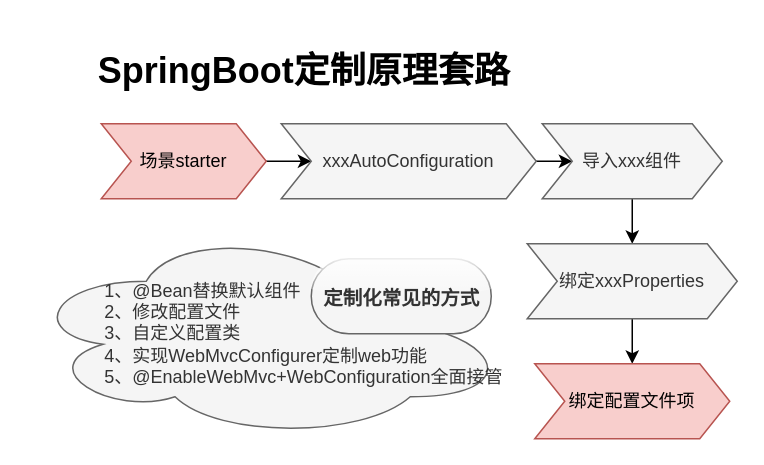
Above: springboot/spring-customization.drawio in 1065464173/draw-rep (draw.io), before the change. Source tidied: cells renumbered, new cells numbered last; positions are measured from the earlier drawing's top-left corner, leaving out a move shared by most shapes. Both pictures are drawn from the tidied source at 150%, with x=0, y=0 at pixel (26, 33).
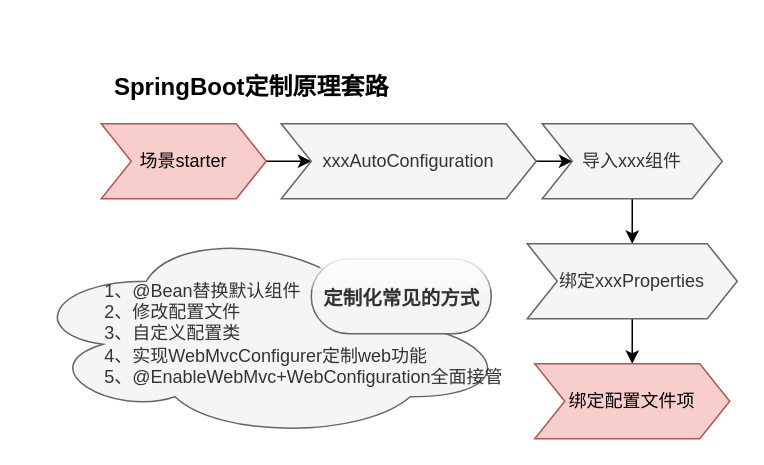
The same page after the edit.

Diff of the diagram source:
```diff
@@
 <mxGraphModel>
   <root>
     <mxCell id="0" />
     <mxCell id="1" parent="0" />
     <mxCell id="2" value="&lt;div style=&quot;text-align: justify&quot;&gt;&lt;span&gt;1、@Bean替换默认组件&lt;/span&gt;&lt;/div&gt;&lt;div style=&quot;text-align: justify&quot;&gt;&lt;span&gt;2、修改配置文件&lt;/span&gt;&lt;/div&gt;&lt;div style=&quot;text-align: justify&quot;&gt;&lt;span&gt;3、自定义配置类&lt;/span&gt;&lt;/div&gt;&lt;div style=&quot;text-align: justify&quot;&gt;&lt;span&gt;4、实现WebMvcConfigurer定制web功能&lt;/span&gt;&lt;/div&gt;&lt;div style=&quot;text-align: justify&quot;&gt;&lt;span&gt;5、@EnableWebMvc+WebConfiguration全面接管&lt;/span&gt;&lt;/div&gt;" style="ellipse;shape=cloud;whiteSpace=wrap;html=1;align=right;fillColor=#f5f5f5;strokeColor=#666666;fontColor=#333333;" parent="1" vertex="1">
       <mxGeometry y="130" width="320" height="140" as="geometry" />
     </mxCell>
     <mxCell id="3" style="edgeStyle=orthogonalEdgeStyle;rounded=0;jettySize=auto;html=1;" parent="1" edge="1" source="4" target="6">
       <mxGeometry relative="1" as="geometry" />
     </mxCell>
     <mxCell id="4" value="场景starter" style="shape=step;perimeter=stepPerimeter;whiteSpace=wrap;html=1;fixedSize=1;fillColor=#f8cecc;strokeColor=#b85450;" parent="1" vertex="1">
       <mxGeometry x="50" y="60" width="110" height="50" as="geometry" />
     </mxCell>
     <mxCell id="5" style="edgeStyle=orthogonalEdgeStyle;rounded=0;jettySize=auto;html=1;" parent="1" edge="1" source="6" target="8">
       <mxGeometry relative="1" as="geometry" />
     </mxCell>
     <mxCell id="6" value="xxxAutoConfiguration" style="shape=step;perimeter=stepPerimeter;whiteSpace=wrap;html=1;fixedSize=1;fillColor=#f5f5f5;strokeColor=#666666;fontColor=#333333;" parent="1" vertex="1">
       <mxGeometry x="170" y="60" width="170" height="50" as="geometry" />
     </mxCell>
     <mxCell id="7" style="edgeStyle=orthogonalEdgeStyle;rounded=0;jettySize=auto;html=1;entryX=0.5;entryY=0;entryDx=0;entryDy=0;" parent="1" edge="1" source="8" target="10">
       <mxGeometry relative="1" as="geometry" />
     </mxCell>
     <mxCell id="8" value="导入xxx组件" style="shape=step;perimeter=stepPerimeter;whiteSpace=wrap;html=1;fixedSize=1;fillColor=#f5f5f5;strokeColor=#666666;fontColor=#333333;" parent="1" vertex="1">
       <mxGeometry x="344" y="60" width="120" height="50" as="geometry" />
     </mxCell>
     <mxCell id="9" style="edgeStyle=orthogonalEdgeStyle;rounded=0;jettySize=auto;html=1;" parent="1" edge="1" source="10" target="11">
       <mxGeometry relative="1" as="geometry" />
     </mxCell>
     <mxCell id="10" value="绑定xxxProperties" style="shape=step;perimeter=stepPerimeter;whiteSpace=wrap;html=1;fixedSize=1;fillColor=#f5f5f5;strokeColor=#666666;fontColor=#333333;" parent="1" vertex="1">
       <mxGeometry x="334" y="140" width="140" height="50" as="geometry" />
     </mxCell>
     <mxCell id="11" value="绑定配置文件项" style="shape=step;perimeter=stepPerimeter;whiteSpace=wrap;html=1;fixedSize=1;fillColor=#f8cecc;strokeColor=#b85450;" parent="1" vertex="1">
       <mxGeometry x="339" y="220" width="130" height="50" as="geometry" />
     </mxCell>
-    <mxCell id="12" value="&lt;h1&gt;SpringBoot定制原理套路&lt;/h1&gt;" style="text;html=1;align=center;verticalAlign=middle;strokeColor=none;" parent="1" vertex="1">
-      <mxGeometry x="40" width="290" height="50" as="geometry" />
+    <mxCell id="12" value="&lt;h2&gt;&lt;font style=&quot;font-size: 16px&quot;&gt;SpringBoot定制原理套路&lt;/font&gt;&lt;/h2&gt;" style="text;html=1;align=center;verticalAlign=middle;strokeColor=none;" parent="1" vertex="1">
+      <mxGeometry x="50" y="10" width="200" height="50" as="geometry" />
     </mxCell>
     <mxCell id="13" value="&lt;h2&gt;&lt;font style=&quot;font-size: 13px&quot;&gt;定制化常见的方式&lt;/font&gt;&lt;/h2&gt;" style="text;html=1;align=center;verticalAlign=middle;fillColor=#f5f5f5;strokeColor=#666666;rounded=1;arcSize=50;glass=1;shadow=0;sketch=0;fontColor=#333333;" parent="1" vertex="1">
       <mxGeometry x="190" y="150" width="120" height="50" as="geometry" />
     </mxCell>
   </root>
 </mxGraphModel>
```
